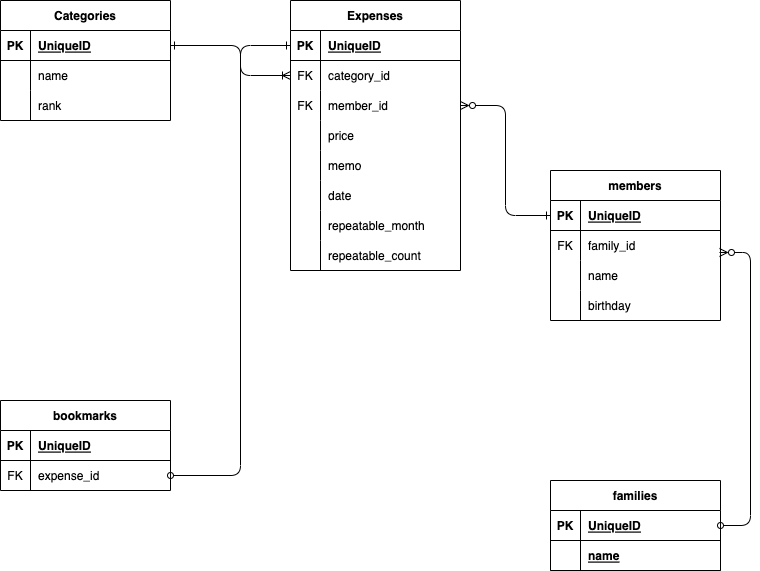
kiyotakeshi/household-expenses keeps this draw.io diagram as docs/image/er.drawio.png. Above is the earlier version. Source tidied: cells renumbered, new cells last; positions are measured from the earlier drawing's top-left corner, leaving out a move shared by most shapes.
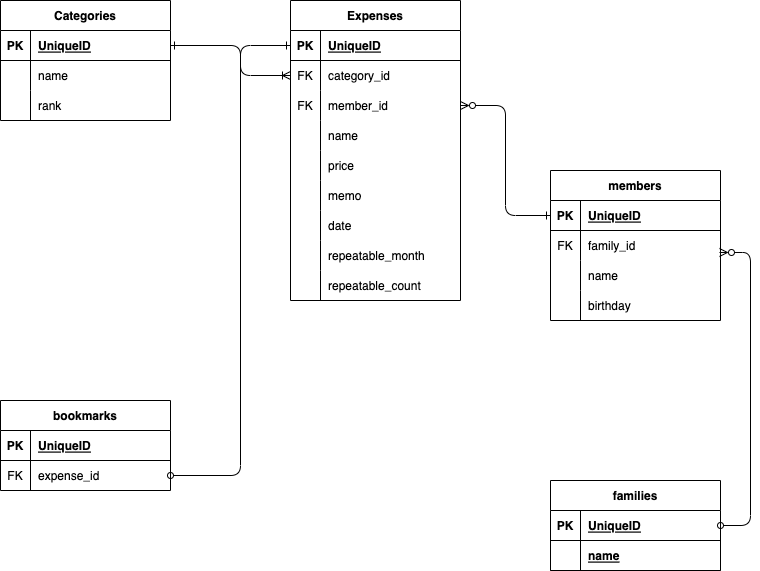
Above is the later version.

Change to the diagram source:
```diff
@@ -72,7 +72,7 @@
       <mxGeometry x="30" width="140" height="30" as="geometry" />
     </mxCell>
     <mxCell id="25" value="Expenses" style="shape=table;startSize=30;rowLines=0;fontStyle=1;align=center;" parent="1" vertex="1">
-      <mxGeometry x="290" width="170" height="270" as="geometry" />
+      <mxGeometry x="290" width="170" height="300" as="geometry" />
     </mxCell>
     <mxCell id="26" style="shape=partialRectangle;fillColor=none;top=0;left=0;bottom=1;right=0;points=[[0,0.5],[1,0.5]];portConstraint=eastwest;" parent="25" vertex="1">
       <mxGeometry y="30" width="170" height="30" as="geometry" />
@@ -101,8 +101,17 @@
     <mxCell id="34" value="member_id" style="shape=partialRectangle;fillColor=none;top=0;left=0;bottom=0;right=0;align=left;spacingLeft=6;overflow=hidden;fontStyle=0;" parent="32" vertex="1">
       <mxGeometry x="30" width="140" height="30" as="geometry" />
     </mxCell>
+    <mxCell id="69" style="shape=partialRectangle;fillColor=none;top=0;left=0;bottom=0;right=0;" parent="25" vertex="1">
+      <mxGeometry y="120" width="170" height="30" as="geometry" />
+    </mxCell>
+    <mxCell id="70" style="shape=partialRectangle;fillColor=none;top=0;left=0;bottom=0;right=0;overflow=hidden;" parent="69" vertex="1">
+      <mxGeometry width="30" height="30" as="geometry" />
+    </mxCell>
+    <mxCell id="71" value="name" style="shape=partialRectangle;fillColor=none;top=0;left=0;bottom=0;right=0;align=left;spacingLeft=6;overflow=hidden;" parent="69" vertex="1">
+      <mxGeometry x="30" width="140" height="30" as="geometry" />
+    </mxCell>
     <mxCell id="35" style="shape=partialRectangle;fillColor=none;top=0;left=0;bottom=0;right=0;" parent="25" vertex="1">
-      <mxGeometry y="120" width="170" height="30" as="geometry" />
+      <mxGeometry y="150" width="170" height="30" as="geometry" />
     </mxCell>
     <mxCell id="36" style="shape=partialRectangle;fillColor=none;top=0;left=0;bottom=0;right=0;overflow=hidden;" parent="35" vertex="1">
       <mxGeometry width="30" height="30" as="geometry" />
@@ -111,7 +120,7 @@
       <mxGeometry x="30" width="140" height="30" as="geometry" />
     </mxCell>
     <mxCell id="38" style="shape=partialRectangle;fillColor=none;top=0;left=0;bottom=0;right=0;" parent="25" vertex="1">
-      <mxGeometry y="150" width="170" height="30" as="geometry" />
+      <mxGeometry y="180" width="170" height="30" as="geometry" />
     </mxCell>
     <mxCell id="39" style="shape=partialRectangle;fillColor=none;top=0;left=0;bottom=0;right=0;overflow=hidden;" parent="38" vertex="1">
       <mxGeometry width="30" height="30" as="geometry" />
@@ -120,7 +129,7 @@
       <mxGeometry x="30" width="140" height="30" as="geometry" />
     </mxCell>
     <mxCell id="41" style="shape=partialRectangle;fillColor=none;top=0;left=0;bottom=0;right=0;" parent="25" vertex="1">
-      <mxGeometry y="180" width="170" height="30" as="geometry" />
+      <mxGeometry y="210" width="170" height="30" as="geometry" />
     </mxCell>
     <mxCell id="42" style="shape=partialRectangle;fillColor=none;top=0;left=0;bottom=0;right=0;overflow=hidden;" parent="41" vertex="1">
       <mxGeometry width="30" height="30" as="geometry" />
@@ -129,7 +138,7 @@
       <mxGeometry x="30" width="140" height="30" as="geometry" />
     </mxCell>
     <mxCell id="44" style="shape=partialRectangle;fillColor=none;top=0;left=0;bottom=0;right=0;" parent="25" vertex="1">
-      <mxGeometry y="210" width="170" height="30" as="geometry" />
+      <mxGeometry y="240" width="170" height="30" as="geometry" />
     </mxCell>
     <mxCell id="45" style="shape=partialRectangle;fillColor=none;top=0;left=0;bottom=0;right=0;overflow=hidden;" parent="44" vertex="1">
       <mxGeometry width="30" height="30" as="geometry" />
@@ -138,7 +147,7 @@
       <mxGeometry x="30" width="140" height="30" as="geometry" />
     </mxCell>
     <mxCell id="47" style="shape=partialRectangle;fillColor=none;top=0;left=0;bottom=0;right=0;" parent="25" vertex="1">
-      <mxGeometry y="240" width="170" height="30" as="geometry" />
+      <mxGeometry y="270" width="170" height="30" as="geometry" />
     </mxCell>
     <mxCell id="48" style="shape=partialRectangle;fillColor=none;top=0;left=0;bottom=0;right=0;overflow=hidden;" parent="47" vertex="1">
       <mxGeometry width="30" height="30" as="geometry" />
```
